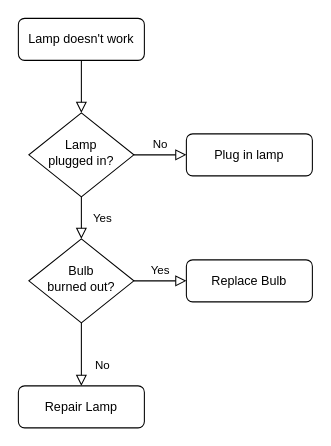
Before: Pealkirjata diagramm.drawio in Ra55u/BitCoinApp, a draw.io diagram. Source tidied: cells renumbered, new cells numbered last; positions are measured from the earlier drawing's top-left corner, leaving out a move shared by most shapes. Both pictures are drawn from the tidied source at 105%, with x=0, y=0 at pixel (18, 18).
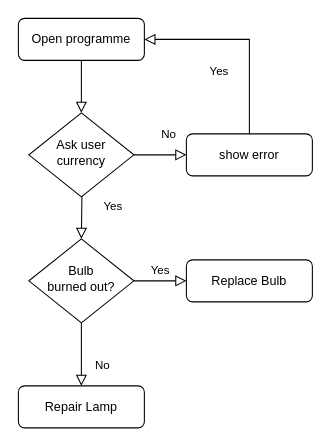
The same diagram, later.

What changed in the source:
```diff
@@
 <mxGraphModel>
   <root>
     <mxCell id="0" />
     <mxCell id="1" parent="0" />
-    <mxCell id="2" style="rounded=0;html=1;jettySize=auto;fontSize=11;endArrow=block;endFill=0;endSize=8;strokeWidth=1;shadow=0;labelBackgroundColor=none;edgeStyle=orthogonalEdgeStyle;" parent="1" edge="1" source="3" target="6">
-      <mxGeometry relative="1" as="geometry" />
+    <mxCell id="2" style="rounded=0;html=1;jettySize=auto;fontSize=11;endArrow=block;endFill=0;endSize=8;strokeWidth=1;shadow=0;labelBackgroundColor=none;edgeStyle=orthogonalEdgeStyle;" parent="1" edge="1" source="3">
+      <mxGeometry relative="1" as="geometry">
+        <mxPoint x="60" y="90" as="targetPoint" />
+      </mxGeometry>
     </mxCell>
-    <mxCell id="3" value="Lamp doesn't work" style="rounded=1;whiteSpace=wrap;html=1;fontSize=12;glass=0;strokeWidth=1;shadow=0;" parent="1" vertex="1">
+    <mxCell id="3" value="Open programme" style="rounded=1;whiteSpace=wrap;html=1;fontSize=12;glass=0;strokeWidth=1;shadow=0;" parent="1" vertex="1">
       <mxGeometry width="120" height="40" as="geometry" />
     </mxCell>
-    <mxCell id="4" value="Yes" style="rounded=0;html=1;jettySize=auto;fontSize=11;endArrow=block;endFill=0;endSize=8;strokeWidth=1;shadow=0;labelBackgroundColor=none;edgeStyle=orthogonalEdgeStyle;" parent="1" edge="1" source="6" target="10">
-      <mxGeometry y="20" relative="1" as="geometry" />
+    <mxCell id="4" value="Yes" style="rounded=0;html=1;jettySize=auto;fontSize=11;endArrow=block;endFill=0;endSize=8;strokeWidth=1;shadow=0;labelBackgroundColor=none;edgeStyle=orthogonalEdgeStyle;exitX=0.5;exitY=1;exitDx=0;exitDy=0;" parent="1" edge="1" target="10">
+      <mxGeometry x="0.25" y="30" relative="1" as="geometry">
+        <mxPoint x="60" y="130" as="sourcePoint" />
+      </mxGeometry>
     </mxCell>
-    <mxCell id="5" value="No" style="edgeStyle=orthogonalEdgeStyle;rounded=0;html=1;jettySize=auto;fontSize=11;endArrow=block;endFill=0;endSize=8;strokeWidth=1;shadow=0;labelBackgroundColor=none;" parent="1" edge="1" source="6" target="7">
-      <mxGeometry y="10" relative="1" as="geometry" />
-    </mxCell>
-    <mxCell id="6" value="Lamp&lt;br&gt;plugged in?" style="rhombus;whiteSpace=wrap;html=1;shadow=0;fontFamily=Helvetica;fontSize=12;align=center;strokeWidth=1;spacing=6;spacingTop=-4;" parent="1" vertex="1">
-      <mxGeometry x="10" y="90" width="100" height="80" as="geometry" />
-    </mxCell>
-    <mxCell id="7" value="Plug in lamp" style="rounded=1;whiteSpace=wrap;html=1;fontSize=12;glass=0;strokeWidth=1;shadow=0;" parent="1" vertex="1">
-      <mxGeometry x="160" y="110" width="120" height="40" as="geometry" />
-    </mxCell>
     <mxCell id="8" value="No" style="rounded=0;html=1;jettySize=auto;fontSize=11;endArrow=block;endFill=0;endSize=8;strokeWidth=1;shadow=0;labelBackgroundColor=none;edgeStyle=orthogonalEdgeStyle;" parent="1" edge="1" source="10" target="11">
       <mxGeometry x="0.33" y="20" relative="1" as="geometry" />
     </mxCell>
     <mxCell id="9" value="Yes" style="edgeStyle=orthogonalEdgeStyle;rounded=0;html=1;jettySize=auto;fontSize=11;endArrow=block;endFill=0;endSize=8;strokeWidth=1;shadow=0;labelBackgroundColor=none;" parent="1" edge="1" source="10" target="12">
       <mxGeometry y="10" relative="1" as="geometry" />
     </mxCell>
     <mxCell id="10" value="Bulb&lt;br&gt;burned out?" style="rhombus;whiteSpace=wrap;html=1;shadow=0;fontFamily=Helvetica;fontSize=12;align=center;strokeWidth=1;spacing=6;spacingTop=-4;" parent="1" vertex="1">
       <mxGeometry x="10" y="210" width="100" height="80" as="geometry" />
     </mxCell>
     <mxCell id="11" value="Repair Lamp" style="rounded=1;whiteSpace=wrap;html=1;fontSize=12;glass=0;strokeWidth=1;shadow=0;" parent="1" vertex="1">
       <mxGeometry y="350" width="120" height="40" as="geometry" />
     </mxCell>
     <mxCell id="12" value="Replace Bulb" style="rounded=1;whiteSpace=wrap;html=1;fontSize=12;glass=0;strokeWidth=1;shadow=0;" parent="1" vertex="1">
       <mxGeometry x="160" y="230" width="120" height="40" as="geometry" />
     </mxCell>
+    <mxCell id="13" value="Ask user currency" style="rhombus;whiteSpace=wrap;html=1;shadow=0;fontFamily=Helvetica;fontSize=12;align=center;strokeWidth=1;spacing=6;spacingTop=-4;" parent="1" vertex="1">
+      <mxGeometry x="10" y="90" width="100" height="80" as="geometry" />
+    </mxCell>
+    <mxCell id="14" value="show error" style="rounded=1;whiteSpace=wrap;html=1;fontSize=12;glass=0;strokeWidth=1;shadow=0;" parent="1" vertex="1">
+      <mxGeometry x="160" y="110" width="120" height="40" as="geometry" />
+    </mxCell>
+    <mxCell id="5" value="No" style="rounded=0;html=1;jettySize=auto;fontSize=11;endArrow=block;endFill=0;endSize=8;strokeWidth=1;shadow=0;labelBackgroundColor=none;edgeStyle=orthogonalEdgeStyle;entryX=0;entryY=0.5;entryDx=0;entryDy=0;exitX=1;exitY=0.5;exitDx=0;exitDy=0;" parent="1" edge="1" source="13" target="14">
+      <mxGeometry x="0.33" y="20" relative="1" as="geometry" />
+    </mxCell>
+    <mxCell id="15" value="Yes" style="rounded=0;html=1;jettySize=auto;fontSize=11;endArrow=block;endFill=0;endSize=8;strokeWidth=1;shadow=0;labelBackgroundColor=none;edgeStyle=orthogonalEdgeStyle;exitX=0.5;exitY=0;exitDx=0;exitDy=0;entryX=1;entryY=0.5;entryDx=0;entryDy=0;" parent="1" edge="1" source="14" target="3">
+      <mxGeometry x="0.25" y="30" relative="1" as="geometry" />
+    </mxCell>
   </root>
 </mxGraphModel>
```
